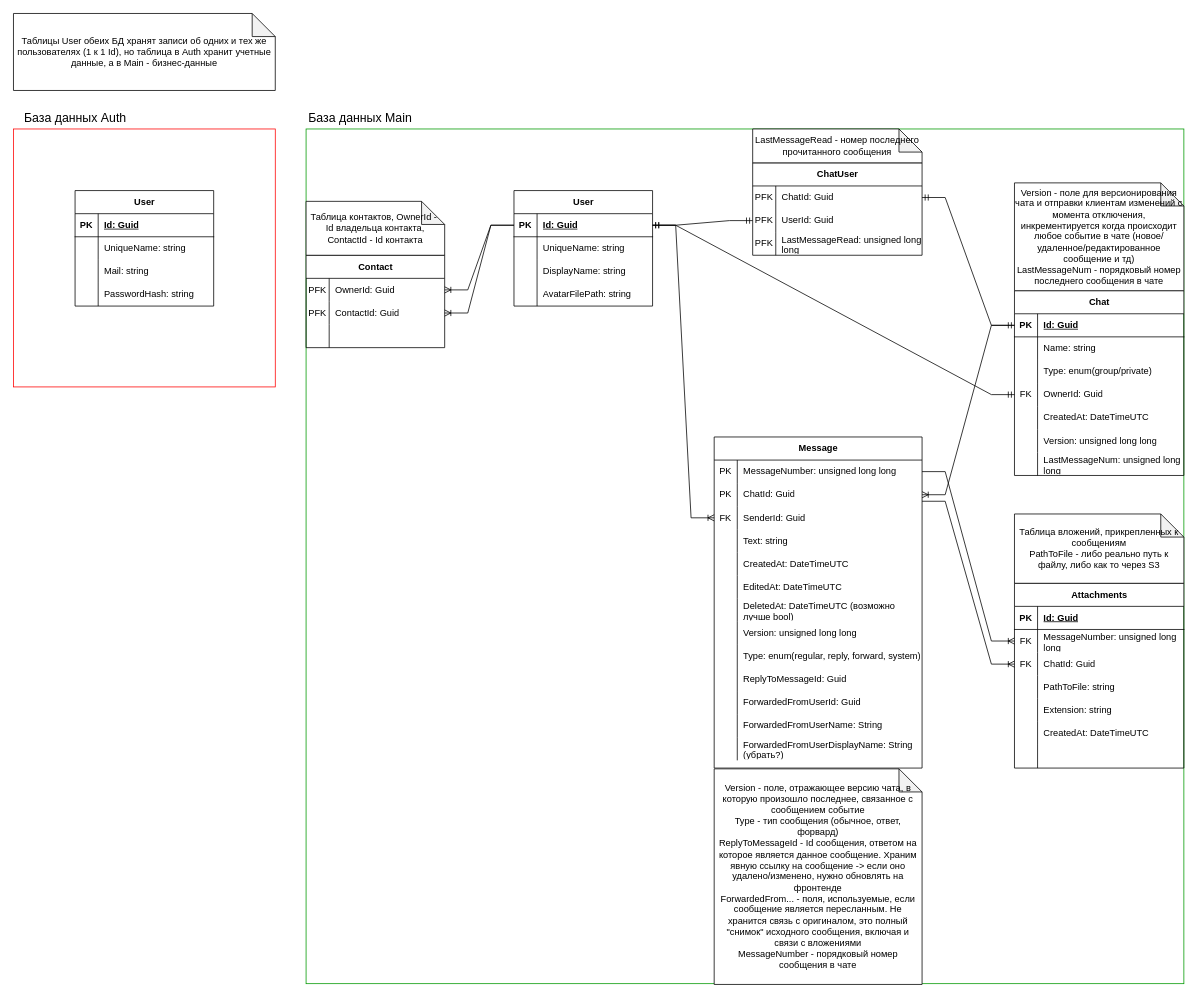
This is docs/backend/DB.drawio from iuschnic/simple-messenger, a draw.io file, before an edit. Source tidied: cells renumbered, new cells numbered last; positions are measured from the earlier drawing's top-left corner, leaving out a move shared by most shapes. Both pictures are drawn from the tidied source at 77%, with x=0, y=0 at pixel (13, 13).
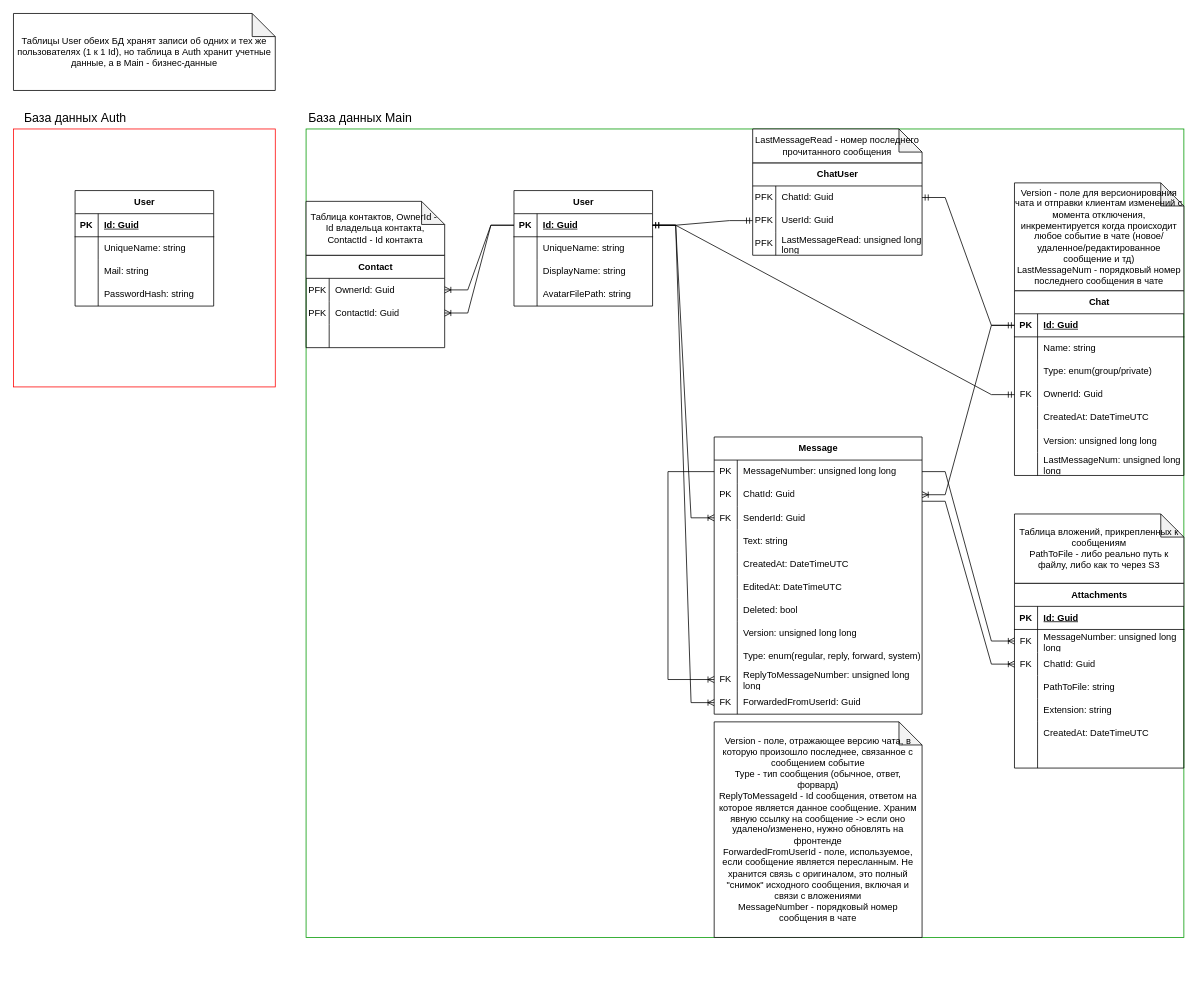
Above is the later version.

Commit message (it also covers changes not shown here):
1# добавил FK для пересланных и сообщений-ответов, исправил DeletedAt на Deleted с bool типом

Unchanged cells that the change refers to:
```xml
<mxCell id="20" style="shape=tableRow;horizontal=0;startSize=0;swimlaneHead=0;swimlaneBody=0;fillColor=none;points=[[0,0.5],[1,0.5]];portConstraint=eastwest;top=0;left=0;right=0;bottom=1;" parent="19" vertex="1">
  <mxGeometry y="30" width="180" height="30" as="geometry" />
</mxCell>
<mxCell id="82" style="shape=tableRow;horizontal=0;startSize=0;swimlaneHead=0;swimlaneBody=0;fillColor=none;points=[[0,0.5],[1,0.5]];portConstraint=eastwest;top=0;left=0;right=0;bottom=0;" parent="81" vertex="1">
  <mxGeometry y="30" width="270" height="30" as="geometry" />
</mxCell>
<mxCell id="100" style="shape=tableRow;horizontal=0;startSize=0;swimlaneHead=0;swimlaneBody=0;fillColor=none;top=0;left=0;right=0;bottom=0;" parent="81" vertex="1">
  <mxGeometry y="210" width="270" height="30" as="geometry" />
</mxCell>
<mxCell id="109" style="shape=tableRow;horizontal=0;startSize=0;swimlaneHead=0;swimlaneBody=0;fillColor=none;points=[[0,0.5],[1,0.5]];portConstraint=eastwest;top=0;left=0;right=0;bottom=0;" parent="81" vertex="1">
  <mxGeometry y="300" width="270" height="30" as="geometry" />
</mxCell>
<mxCell id="112" style="shape=tableRow;horizontal=0;startSize=0;swimlaneHead=0;swimlaneBody=0;fillColor=none;points=[[0,0.5],[1,0.5]];portConstraint=eastwest;top=0;left=0;right=0;bottom=0;" parent="81" vertex="1">
  <mxGeometry y="330" width="270" height="30" as="geometry" />
</mxCell>
```

Change to the diagram source:
```diff
@@
     <mxCell id="2" style="rounded=0;whiteSpace=wrap;html=1;fillColor=none;strokeColor=#009900;" parent="1" vertex="1">
-      <mxGeometry x="380" y="150" width="1140" height="1110" as="geometry" />
+      <mxGeometry x="380" y="150" width="1140" height="1050" as="geometry" />
     </mxCell>
@@
     <mxCell id="81" value="Message" style="shape=table;startSize=30;childLayout=tableLayout;rowLines=0;fontStyle=1;align=center;html=1;" parent="1" vertex="1">
-      <mxGeometry x="910" y="550" width="270" height="430" as="geometry" />
+      <mxGeometry x="910" y="550" width="270" height="360" as="geometry" />
     </mxCell>
@@
-    <mxCell id="102" value="DeletedAt: DateTimeUTC (возможно лучше bool)" style="shape=partialRectangle;fillColor=none;top=0;left=0;bottom=0;right=0;align=left;spacingLeft=6;overflow=hidden;whiteSpace=wrap;html=1;" parent="100" vertex="1">
+    <mxCell id="102" value="Deleted: bool" style="shape=partialRectangle;fillColor=none;top=0;left=0;bottom=0;right=0;align=left;spacingLeft=6;overflow=hidden;whiteSpace=wrap;html=1;" parent="100" vertex="1">
       <mxGeometry x="30" width="240" height="30" as="geometry" />
     </mxCell>
@@
-    <mxCell id="110" style="shape=partialRectangle;fillColor=none;top=0;left=0;bottom=0;right=0;overflow=hidden;whiteSpace=wrap;html=1;" parent="109" vertex="1">
+    <mxCell id="110" value="FK" style="shape=partialRectangle;fillColor=none;top=0;left=0;bottom=0;right=0;overflow=hidden;whiteSpace=wrap;html=1;" parent="109" vertex="1">
       <mxGeometry width="30" height="30" as="geometry" />
     </mxCell>
-    <mxCell id="111" value="ReplyToMessageId: Guid" style="shape=partialRectangle;fillColor=none;top=0;left=0;bottom=0;right=0;align=left;spacingLeft=6;overflow=hidden;whiteSpace=wrap;html=1;" parent="109" vertex="1">
+    <mxCell id="111" value="ReplyToMessageNumber: unsigned long long" style="shape=partialRectangle;fillColor=none;top=0;left=0;bottom=0;right=0;align=left;spacingLeft=6;overflow=hidden;whiteSpace=wrap;html=1;" parent="109" vertex="1">
       <mxGeometry x="30" width="240" height="30" as="geometry" />
     </mxCell>
@@
-    <mxCell id="113" style="shape=partialRectangle;fillColor=none;top=0;left=0;bottom=0;right=0;overflow=hidden;whiteSpace=wrap;html=1;" parent="112" vertex="1">
+    <mxCell id="113" value="FK" style="shape=partialRectangle;fillColor=none;top=0;left=0;bottom=0;right=0;overflow=hidden;whiteSpace=wrap;html=1;" parent="112" vertex="1">
       <mxGeometry width="30" height="30" as="geometry" />
     </mxCell>
@@
-    <mxCell id="115" style="shape=tableRow;horizontal=0;startSize=0;swimlaneHead=0;swimlaneBody=0;fillColor=none;top=0;left=0;right=0;bottom=0;" parent="81" vertex="1">
-      <mxGeometry y="360" width="270" height="30" as="geometry" />
-    </mxCell>
-    <mxCell id="116" style="shape=partialRectangle;fillColor=none;top=0;left=0;bottom=0;right=0;overflow=hidden;whiteSpace=wrap;html=1;" parent="115" vertex="1">
-      <mxGeometry width="30" height="30" as="geometry" />
-    </mxCell>
-    <mxCell id="117" value="ForwardedFromUserName: String" style="shape=partialRectangle;fillColor=none;top=0;left=0;bottom=0;right=0;align=left;spacingLeft=6;overflow=hidden;whiteSpace=wrap;html=1;" parent="115" vertex="1">
-      <mxGeometry x="30" width="240" height="30" as="geometry" />
-    </mxCell>
-    <mxCell id="118" style="shape=tableRow;horizontal=0;startSize=0;swimlaneHead=0;swimlaneBody=0;fillColor=none;top=0;left=0;right=0;bottom=0;" parent="81" vertex="1">
-      <mxGeometry y="390" width="270" height="30" as="geometry" />
-    </mxCell>
-    <mxCell id="119" style="shape=partialRectangle;fillColor=none;top=0;left=0;bottom=0;right=0;overflow=hidden;whiteSpace=wrap;html=1;" parent="118" vertex="1">
-      <mxGeometry width="30" height="30" as="geometry" />
-    </mxCell>
-    <mxCell id="120" value="ForwardedFromUserDisplayName: String (убрать?)" style="shape=partialRectangle;fillColor=none;top=0;left=0;bottom=0;right=0;align=left;spacingLeft=6;overflow=hidden;whiteSpace=wrap;html=1;" parent="118" vertex="1">
-      <mxGeometry x="30" width="240" height="30" as="geometry" />
-    </mxCell>
+    <mxCell id="151" style="fontSize=12;html=1;endArrow=ERoneToMany;rounded=0;exitX=0;exitY=0.5;exitDx=0;exitDy=0;entryX=0;entryY=0.5;entryDx=0;entryDy=0;" parent="81" edge="1" source="82" target="109">
+      <mxGeometry relative="1" as="geometry">
+        <Array as="points">
+          <mxPoint x="-60" y="45" />
+          <mxPoint x="-60" y="315" />
+        </Array>
+      </mxGeometry>
+    </mxCell>
@@
-    <mxCell id="122" value="Version - поле, отражающее версию чата, в которую произошло последнее, связанное с сообщением событие&lt;div&gt;Type - тип сообщения (обычное, ответ, форвард)&lt;br&gt;&lt;div&gt;ReplyToMessageId - Id сообщения, ответом на которое является данное сообщение. Храним явную ссылку на сообщение -&amp;gt; если оно удалено/изменено, нужно обновлять на фронтенде&lt;/div&gt;&lt;/div&gt;&lt;div&gt;ForwardedFrom... - поля, используемые, если сообщение является пересланным. Не хранится связь с оригиналом, это полный &quot;снимок&quot; исходного сообщения, включая и связи с вложениями&lt;/div&gt;&lt;div&gt;MessageNumber - порядковый номер сообщения в чате&lt;/div&gt;" style="shape=note;whiteSpace=wrap;html=1;backgroundOutline=1;darkOpacity=0.05;" parent="1" vertex="1">
-      <mxGeometry x="910" y="981" width="270" height="280" as="geometry" />
+    <mxCell id="122" value="Version - поле, отражающее версию чата, в которую произошло последнее, связанное с сообщением событие&lt;div&gt;Type - тип сообщения (обычное, ответ, форвард)&lt;br&gt;&lt;div&gt;ReplyToMessageId - Id сообщения, ответом на которое является данное сообщение. Храним явную ссылку на сообщение -&amp;gt; если оно удалено/изменено, нужно обновлять на фронтенде&lt;/div&gt;&lt;/div&gt;&lt;div&gt;ForwardedFromUserId - поле, используемое, если сообщение является пересланным. Не хранится связь с оригиналом, это полный &quot;снимок&quot; исходного сообщения, включая и связи с вложениями&lt;/div&gt;&lt;div&gt;MessageNumber - порядковый номер сообщения в чате&lt;/div&gt;" style="shape=note;whiteSpace=wrap;html=1;backgroundOutline=1;darkOpacity=0.05;" parent="1" vertex="1">
+      <mxGeometry x="910" y="920" width="270" height="280" as="geometry" />
     </mxCell>
@@
+    <mxCell id="152" style="edgeStyle=entityRelationEdgeStyle;fontSize=12;html=1;endArrow=ERoneToMany;rounded=0;" parent="1" edge="1" source="20" target="112">
+      <mxGeometry relative="1" as="geometry" />
+    </mxCell>
```
